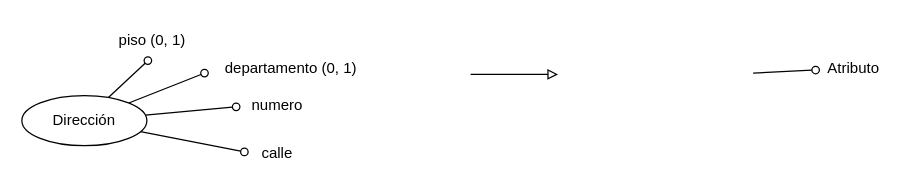
This is 2do semestre/DBD/Prácticas/Prácticas/Práctica 2/Elementos.drawio from Pedro0604/2do-LS-LI-API-ATIC, a draw.io file, before an edit. Source tidied: cells renumbered, new cells numbered last; positions are measured from the earlier drawing's top-left corner, leaving out a move shared by most shapes. Both pictures are drawn from the tidied source at 125%, with x=0, y=0 at pixel (21, 21).
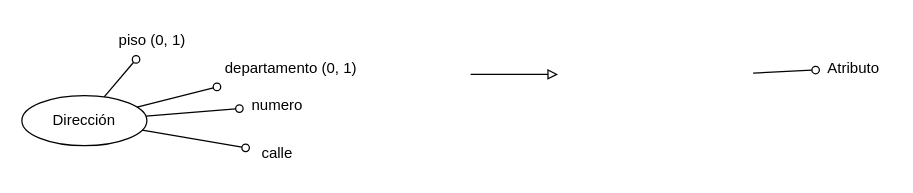
The same page after the edit.

Commit message:
DBD - Práctica 2

Diff of the diagram source:
```diff
@@
 <mxGraphModel>
   <root>
     <mxCell id="0" />
     <mxCell id="1" parent="0" />
     <mxCell id="2" style="endArrow=oval;html=1;rounded=0;endFill=0;" parent="1" edge="1" target="4">
       <mxGeometry relative="1" as="geometry">
         <mxPoint x="585" y="41" as="sourcePoint" />
       </mxGeometry>
     </mxCell>
     <mxCell id="3" style="endArrow=block;html=1;rounded=0;endFill=0;" parent="1" edge="1">
       <mxGeometry relative="1" as="geometry">
         <mxPoint x="359" y="42" as="sourcePoint" />
         <mxPoint x="429" y="42" as="targetPoint" />
       </mxGeometry>
     </mxCell>
     <mxCell id="4" value="Atributo" style="text;html=1;align=center;verticalAlign=middle;points=[];strokeColor=none;fillColor=none;rounded=0;" parent="1" vertex="1">
       <mxGeometry x="635" y="22" width="60" height="30" as="geometry" />
     </mxCell>
-    <mxCell id="5" style="endArrow=oval;html=1;rounded=0;endFill=0;entryX=-0.03;entryY=0.633;entryDx=0;entryDy=0;entryPerimeter=0;" parent="1" edge="1" source="13" target="10">
+    <mxCell id="5" style="endArrow=oval;html=1;rounded=0;endFill=0;" parent="1" edge="1" source="13" target="10">
       <mxGeometry relative="1" as="geometry" />
     </mxCell>
-    <mxCell id="6" style="endArrow=oval;html=1;rounded=0;endFill=0;entryX=-0.043;entryY=0.533;entryDx=0;entryDy=0;entryPerimeter=0;" parent="1" edge="1" source="13" target="11">
+    <mxCell id="6" style="endArrow=oval;html=1;rounded=0;endFill=0;" parent="1" edge="1" source="13" target="11">
       <mxGeometry relative="1" as="geometry" />
     </mxCell>
-    <mxCell id="7" style="endArrow=oval;html=1;rounded=0;endFill=0;entryX=-0.02;entryY=0.467;entryDx=0;entryDy=0;entryPerimeter=0;" parent="1" edge="1" source="13" target="12">
+    <mxCell id="7" style="endArrow=oval;html=1;rounded=0;endFill=0;" parent="1" edge="1" source="13" target="12">
       <mxGeometry relative="1" as="geometry" />
     </mxCell>
-    <mxCell id="8" style="endArrow=oval;html=1;rounded=0;endFill=0;entryX=0.46;entryY=1.033;entryDx=0;entryDy=0;entryPerimeter=0;" parent="1" edge="1" source="13" target="9">
+    <mxCell id="8" style="endArrow=oval;html=1;rounded=0;endFill=0;" parent="1" edge="1" source="13" target="9">
       <mxGeometry relative="1" as="geometry" />
     </mxCell>
     <mxCell id="9" value="piso (0, 1)" style="text;html=1;align=center;verticalAlign=middle;points=[];strokeColor=none;fillColor=none;rounded=0;" parent="1" vertex="1">
       <mxGeometry x="64" width="80" height="30" as="geometry" />
     </mxCell>
     <mxCell id="10" value="departamento (0, 1)" style="text;html=1;align=center;verticalAlign=middle;points=[];strokeColor=none;fillColor=none;rounded=0;" parent="1" vertex="1">
       <mxGeometry x="150" y="22" width="130" height="30" as="geometry" />
     </mxCell>
     <mxCell id="11" value="numero" style="text;html=1;align=center;verticalAlign=middle;points=[];strokeColor=none;fillColor=none;rounded=0;" parent="1" vertex="1">
       <mxGeometry x="174" y="52" width="60" height="30" as="geometry" />
     </mxCell>
     <mxCell id="12" value="calle" style="text;html=1;align=center;verticalAlign=middle;points=[];strokeColor=none;fillColor=none;rounded=0;" parent="1" vertex="1">
       <mxGeometry x="179" y="90" width="50" height="30" as="geometry" />
     </mxCell>
     <mxCell id="13" value="Dirección" style="ellipse;whiteSpace=wrap;html=1;align=center;rounded=0;" parent="1" vertex="1">
       <mxGeometry y="59" width="100" height="40" as="geometry" />
     </mxCell>
   </root>
 </mxGraphModel>
```
